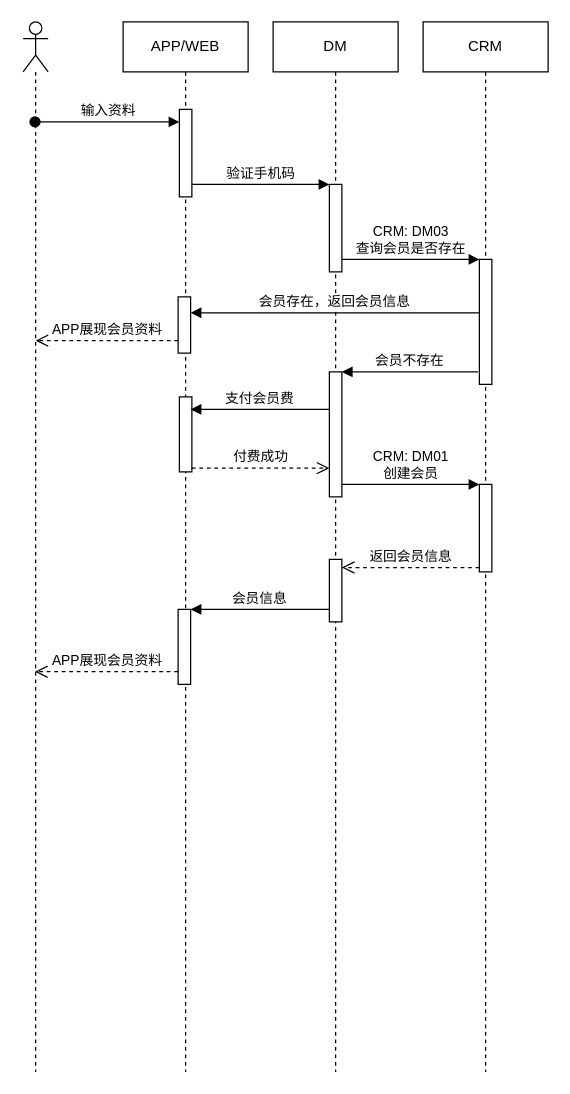
This is page "会员注册(DM发起)2" (7 of 18) of DM系统对接.drawio from luss613/draw.io, a draw.io file, before an edit. Source tidied: cells renumbered, new cells numbered last; positions are measured from the earlier drawing's top-left corner, leaving out a move shared by most shapes. Both pictures are drawn from the tidied source at 125%, with x=0, y=0 at pixel (22, 21).
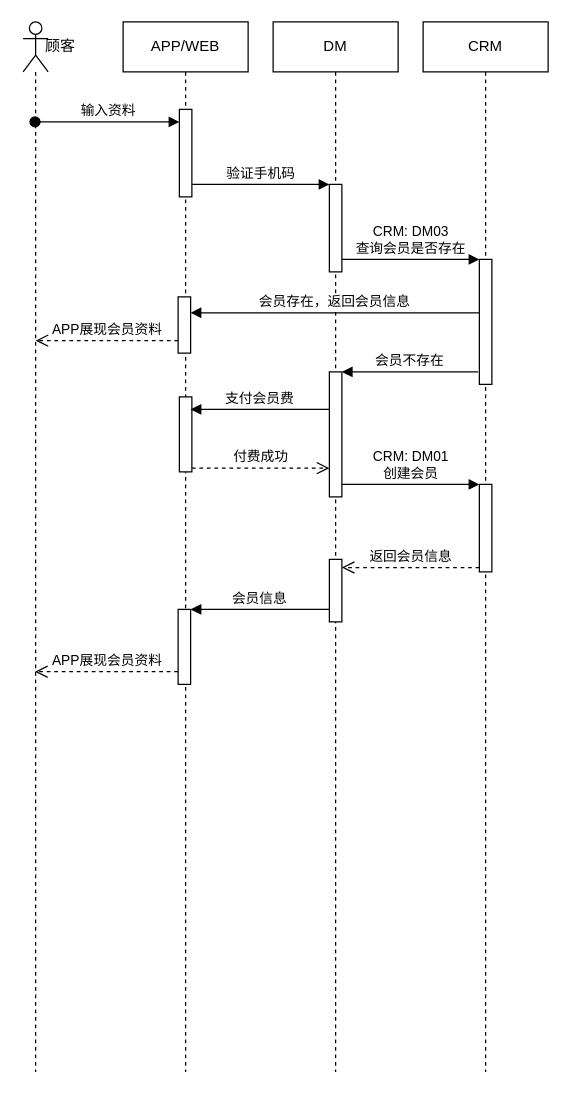
The same page after the edit.

The edit, as a diff of the source:
```diff
@@
+    <mxCell id="27" value="顾客" style="text;html=1;strokeColor=none;fillColor=none;align=center;verticalAlign=middle;whiteSpace=wrap;rounded=0;" parent="1" vertex="1">
+      <mxGeometry x="10" y="10" width="40" height="20" as="geometry" />
+    </mxCell>
```
